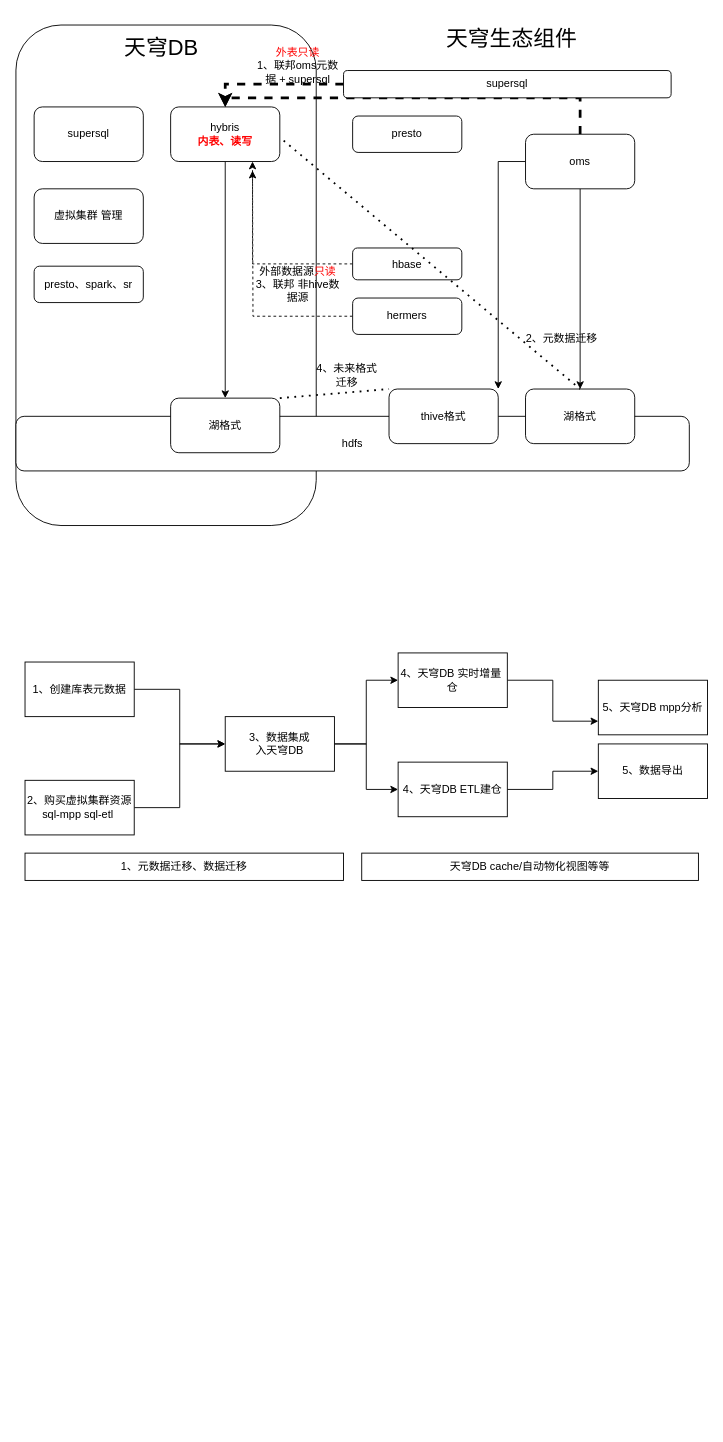
Above: 天穹db.drawio in yuhuali1989/ui (draw.io), before the change. Source tidied: cells renumbered, new cells numbered last; positions are measured from the earlier drawing's top-left corner, leaving out a move shared by most shapes. Both pictures are drawn from the tidied source at 91%, with x=0, y=0 at pixel (15, 15).
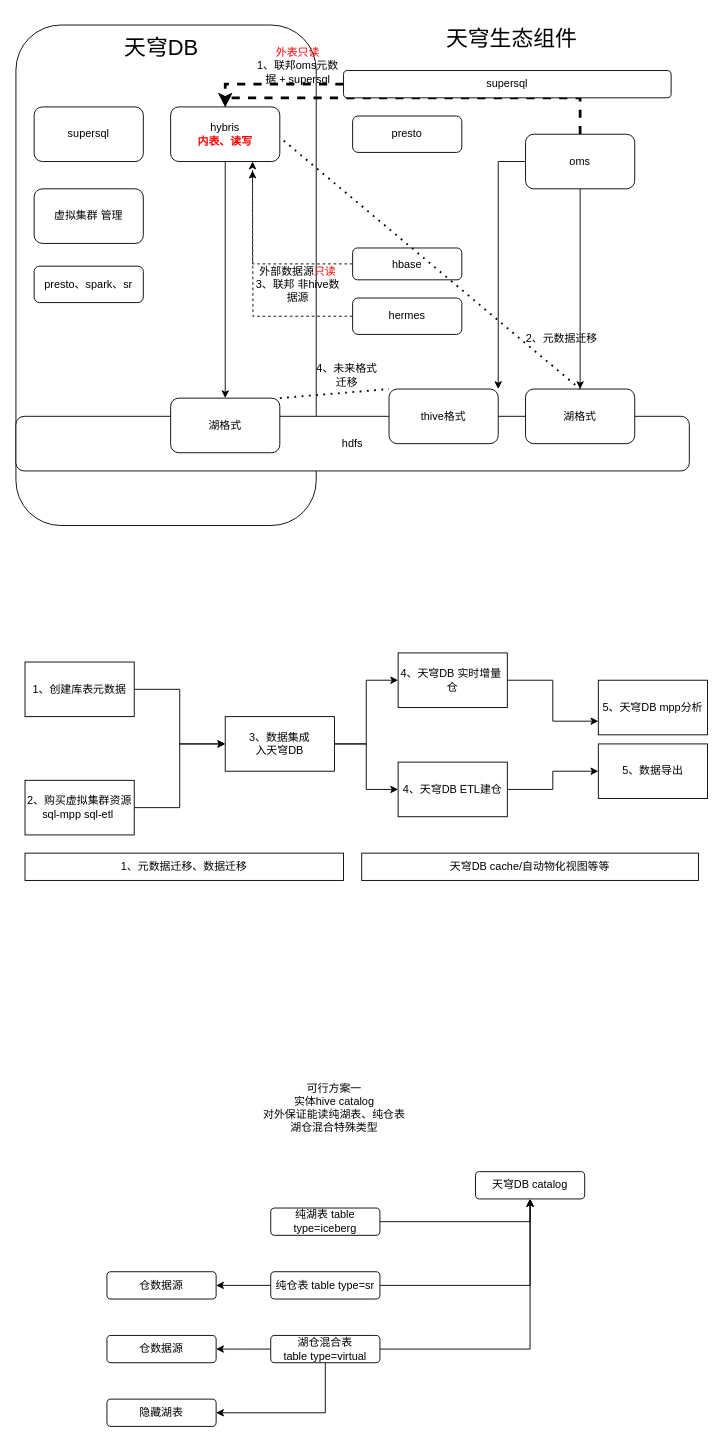
Above is the later version.

Diff of the diagram source:
```diff
@@
-    <mxCell id="20" value="hermers" style="rounded=1;whiteSpace=wrap;html=1;" parent="1" vertex="1">
+    <mxCell id="20" value="hermes" style="rounded=1;whiteSpace=wrap;html=1;" parent="1" vertex="1">
       <mxGeometry x="370" y="310" width="120" height="40" as="geometry" />
     </mxCell>
@@
+    <mxCell id="46" value="天穹DB catalog" style="rounded=1;whiteSpace=wrap;html=1;" parent="1" vertex="1">
+      <mxGeometry x="505" y="1270" width="120" height="30" as="geometry" />
+    </mxCell>
+    <mxCell id="47" style="edgeStyle=orthogonalEdgeStyle;rounded=0;jettySize=auto;html=1;entryX=0.5;entryY=1;entryDx=0;entryDy=0;" parent="1" edge="1" source="48" target="46">
+      <mxGeometry relative="1" as="geometry" />
+    </mxCell>
+    <mxCell id="48" value="纯湖表 table type=iceberg" style="rounded=1;whiteSpace=wrap;html=1;" parent="1" vertex="1">
+      <mxGeometry x="280" y="1310" width="120" height="30" as="geometry" />
+    </mxCell>
+    <mxCell id="49" style="edgeStyle=orthogonalEdgeStyle;rounded=0;jettySize=auto;html=1;entryX=0.5;entryY=1;entryDx=0;entryDy=0;" parent="1" edge="1" source="51" target="46">
+      <mxGeometry relative="1" as="geometry" />
+    </mxCell>
+    <mxCell id="50" style="edgeStyle=orthogonalEdgeStyle;rounded=0;jettySize=auto;html=1;" parent="1" edge="1" source="51" target="52">
+      <mxGeometry relative="1" as="geometry" />
+    </mxCell>
+    <mxCell id="51" value="纯仓表 table type=sr" style="rounded=1;whiteSpace=wrap;html=1;" parent="1" vertex="1">
+      <mxGeometry x="280" y="1380" width="120" height="30" as="geometry" />
+    </mxCell>
+    <mxCell id="52" value="仓数据源" style="rounded=1;whiteSpace=wrap;html=1;" parent="1" vertex="1">
+      <mxGeometry x="100" y="1380" width="120" height="30" as="geometry" />
+    </mxCell>
+    <mxCell id="53" style="edgeStyle=orthogonalEdgeStyle;rounded=0;jettySize=auto;html=1;entryX=0.5;entryY=1;entryDx=0;entryDy=0;" parent="1" edge="1" source="56" target="46">
+      <mxGeometry relative="1" as="geometry" />
+    </mxCell>
+    <mxCell id="54" style="edgeStyle=orthogonalEdgeStyle;rounded=0;jettySize=auto;html=1;" parent="1" edge="1" source="56">
+      <mxGeometry relative="1" as="geometry">
+        <mxPoint x="220" y="1465" as="targetPoint" />
+      </mxGeometry>
+    </mxCell>
+    <mxCell id="55" style="edgeStyle=orthogonalEdgeStyle;rounded=0;jettySize=auto;html=1;entryX=1;entryY=0.5;entryDx=0;entryDy=0;" parent="1" edge="1" source="56" target="58">
+      <mxGeometry relative="1" as="geometry">
+        <Array as="points">
+          <mxPoint x="340" y="1535" />
+        </Array>
+      </mxGeometry>
+    </mxCell>
+    <mxCell id="56" value="湖仓混合表&lt;br&gt;table type=virtual" style="rounded=1;whiteSpace=wrap;html=1;" parent="1" vertex="1">
+      <mxGeometry x="280" y="1450" width="120" height="30" as="geometry" />
+    </mxCell>
+    <mxCell id="57" value="仓数据源" style="rounded=1;whiteSpace=wrap;html=1;" parent="1" vertex="1">
+      <mxGeometry x="100" y="1450" width="120" height="30" as="geometry" />
+    </mxCell>
+    <mxCell id="58" value="隐藏湖表" style="rounded=1;whiteSpace=wrap;html=1;" parent="1" vertex="1">
+      <mxGeometry x="100" y="1520" width="120" height="30" as="geometry" />
+    </mxCell>
+    <mxCell id="59" value="可行方案一&lt;br&gt;实体hive catalog&lt;br&gt;对外保证能读纯湖表、纯仓表&lt;br&gt;湖仓混合特殊类型" style="text;html=1;strokeColor=none;fillColor=none;align=center;verticalAlign=middle;whiteSpace=wrap;rounded=0;" parent="1" vertex="1">
+      <mxGeometry x="260" y="1160" width="180" height="80" as="geometry" />
+    </mxCell>
```
